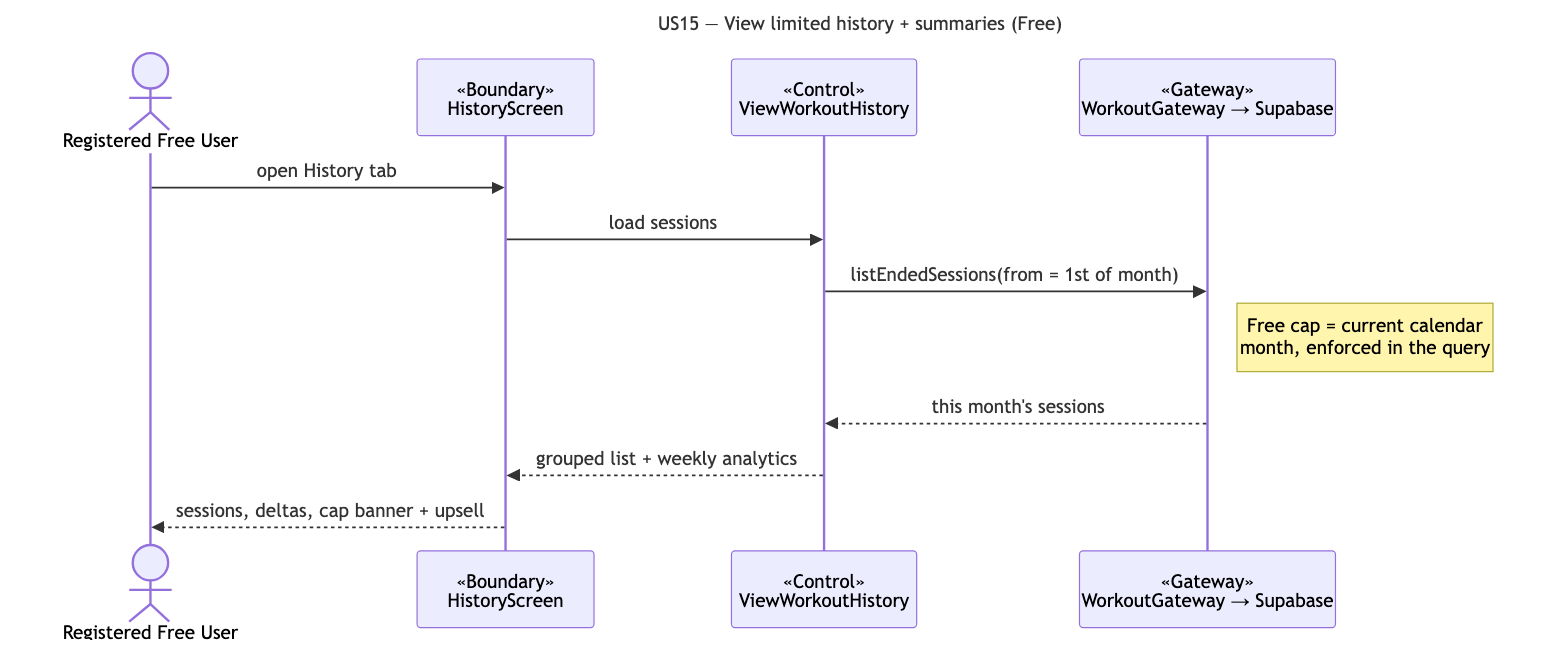
Above: docs/deliverables/sequence-diagrams/US15-limited-history.png in cyuanjun/FYP-26-S2-37-app (Mermaid), before the change. Its source is kept beside it as docs/deliverables/sequence-diagrams/src/US15-limited-history.mmd. Source of this version:
```mermaid
---
title: "US15 — View limited history + summaries (Free)"
---
sequenceDiagram
  actor A as Registered Free User
  participant B as «Boundary»<br/>HistoryScreen
  participant C as «Control»<br/>ViewWorkoutHistory
  participant G as «Gateway»<br/>WorkoutGateway → Supabase
  A->>B: open History tab
  B->>C: load sessions
  C->>G: listEndedSessions(from = 1st of month)
  note right of G: Free cap = current calendar<br/>month, enforced in the query
  G-->>C: this month's sessions
  C-->>B: grouped list + weekly analytics
  B-->>A: sessions, deltas, cap banner + upsell
```
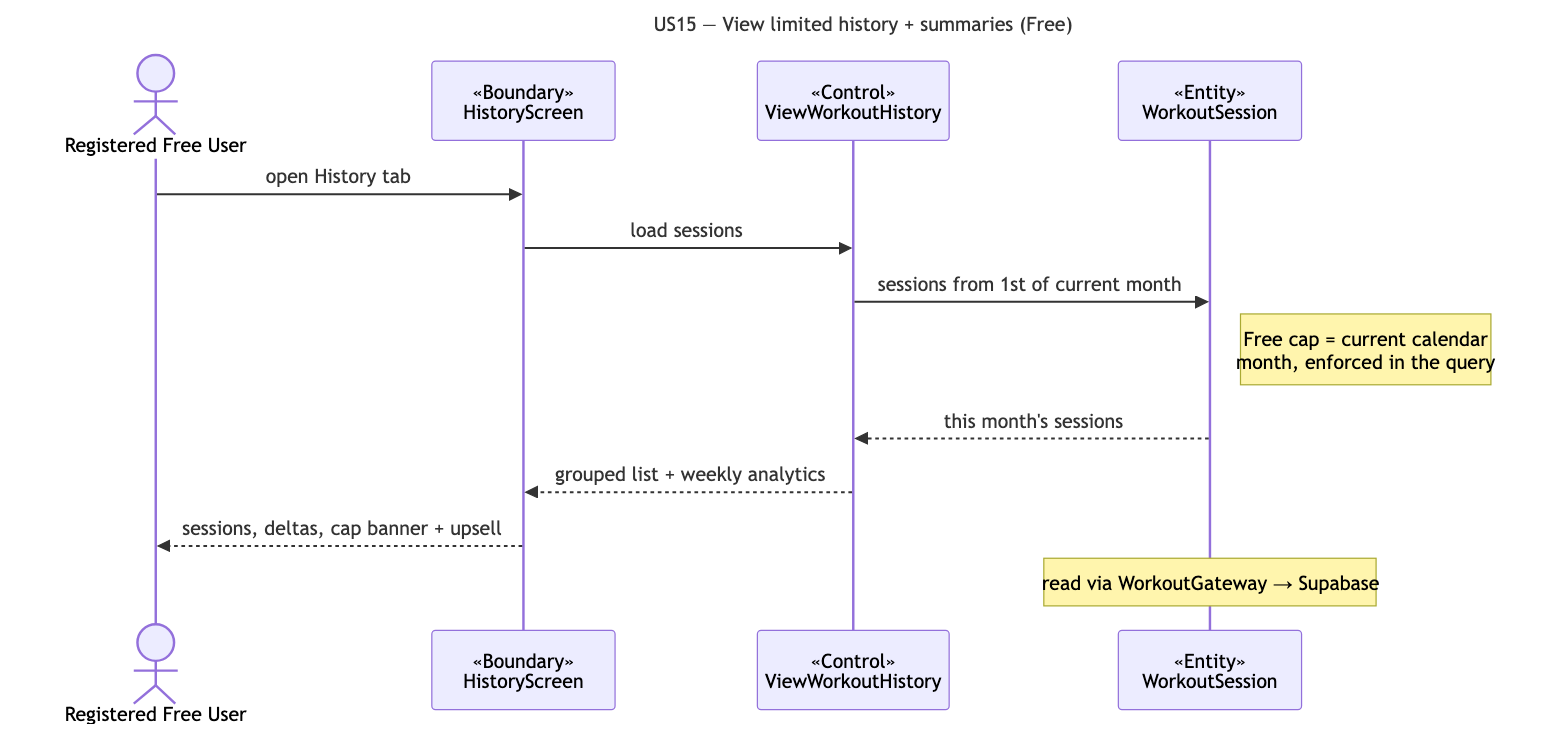
Above is the later version.

Change to the diagram source:
```diff
@@ -5,11 +5,12 @@
   actor A as Registered Free User
   participant B as «Boundary»<br/>HistoryScreen
   participant C as «Control»<br/>ViewWorkoutHistory
-  participant G as «Gateway»<br/>WorkoutGateway → Supabase
+  participant E as «Entity»<br/>WorkoutSession
   A->>B: open History tab
   B->>C: load sessions
-  C->>G: listEndedSessions(from = 1st of month)
-  note right of G: Free cap = current calendar<br/>month, enforced in the query
-  G-->>C: this month's sessions
+  C->>E: sessions from 1st of current month
+  note right of E: Free cap = current calendar<br/>month, enforced in the query
+  E-->>C: this month's sessions
   C-->>B: grouped list + weekly analytics
   B-->>A: sessions, deltas, cap banner + upsell
+  note over E: read via WorkoutGateway → Supabase
```
